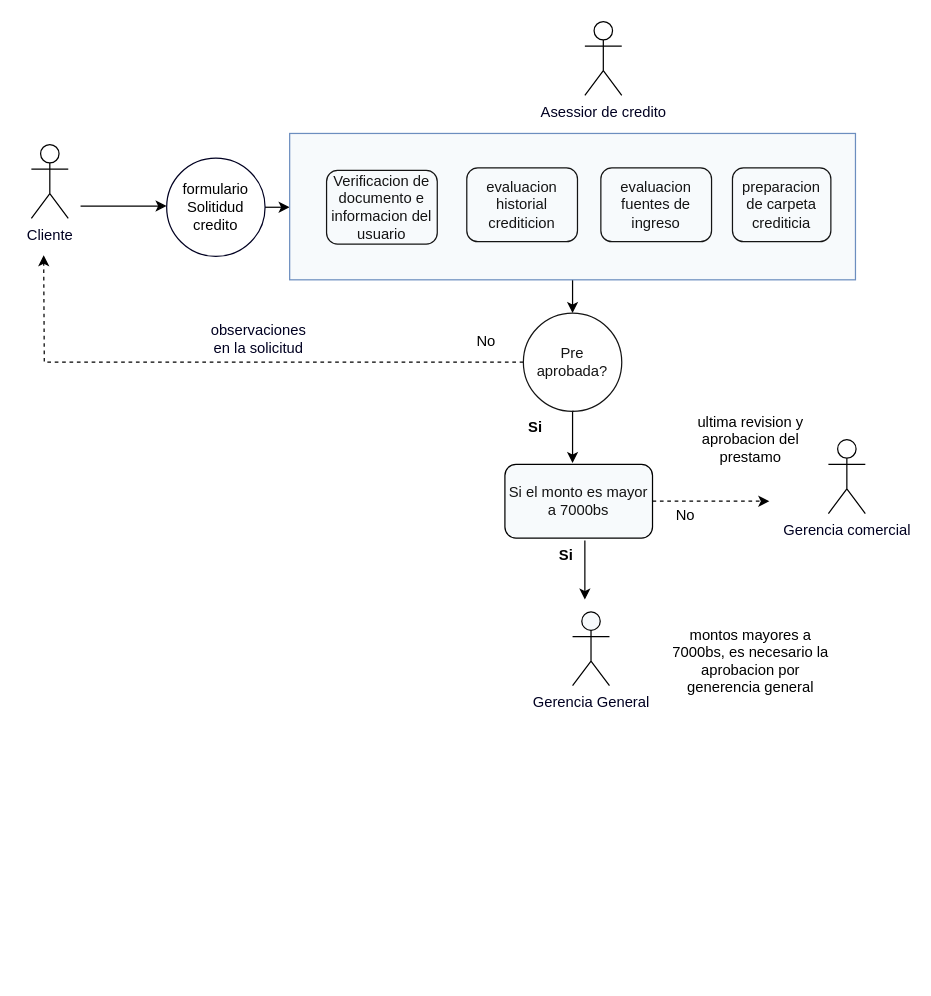
This is docs/modelo-de-negocio.drawio from alexrv11/credicuotas, a draw.io file, before an edit. Source tidied: cells renumbered, new cells numbered last; positions are measured from the earlier drawing's top-left corner, leaving out a move shared by most shapes. Both pictures are drawn from the tidied source at 123%, with x=0, y=0 at pixel (31, 21).
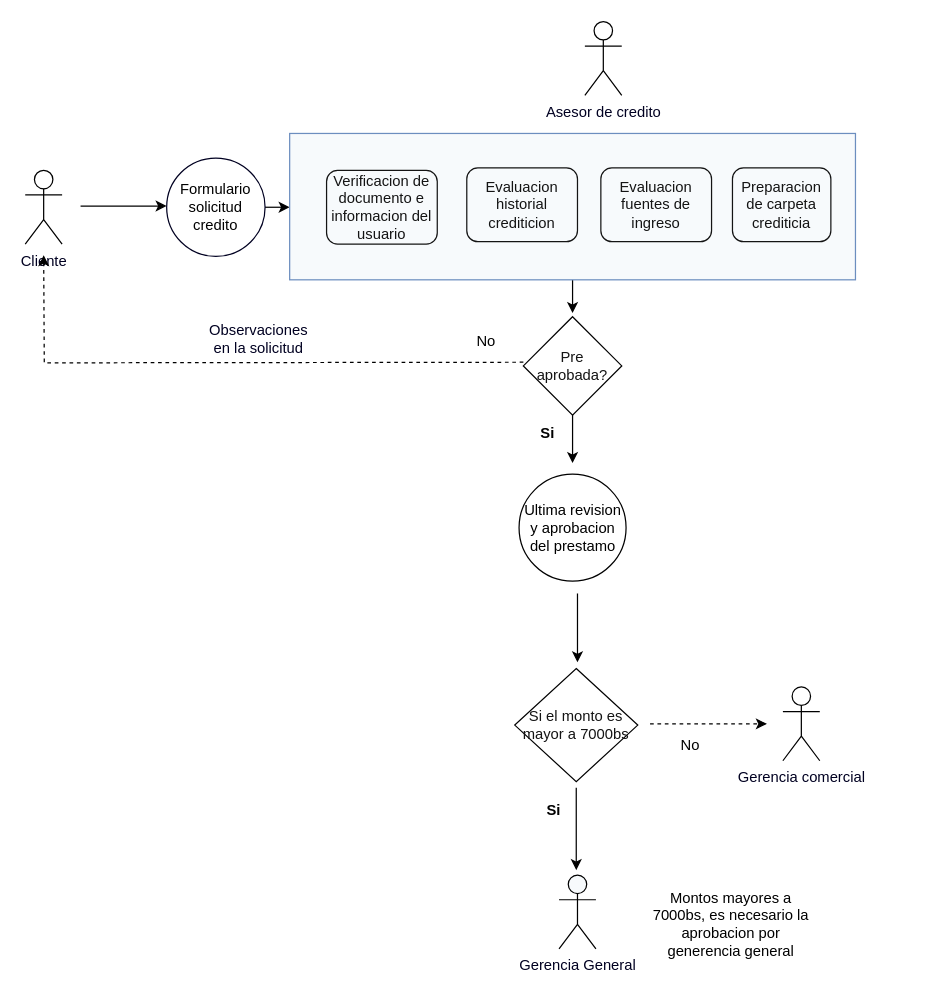
The same page after the edit.

Unchanged cells that the change refers to:
```xml
<mxCell id="9" style="rounded=0;whiteSpace=wrap;html=1;fillColor=#F7FAFC;strokeColor=#6c8ebf;" parent="1" vertex="1">
  <mxGeometry x="210" y="91" width="460" height="119" as="geometry" />
</mxCell>
```

What changed in the source:
```diff
@@
     <mxCell id="2" value="Cliente&lt;br&gt;" style="shape=umlActor;verticalLabelPosition=bottom;labelBackgroundColor=none;verticalAlign=top;html=1;fontColor=#000021;" parent="1" vertex="1">
-      <mxGeometry y="100" width="30" height="60" as="geometry" />
+      <mxGeometry x="-5" y="121" width="30" height="60" as="geometry" />
     </mxCell>
-    <mxCell id="3" value="Asessior de credito" style="shape=umlActor;verticalLabelPosition=bottom;labelBackgroundColor=none;verticalAlign=top;html=1;fontColor=#000021;" parent="1" vertex="1">
+    <mxCell id="3" value="Asesor de credito" style="shape=umlActor;verticalLabelPosition=bottom;labelBackgroundColor=none;verticalAlign=top;html=1;fontColor=#000021;" parent="1" vertex="1">
       <mxGeometry x="450" width="30" height="60" as="geometry" />
     </mxCell>
     <mxCell id="4" value="Gerencia comercial" style="shape=umlActor;verticalLabelPosition=bottom;labelBackgroundColor=none;verticalAlign=top;html=1;fontColor=#000021;" parent="1" vertex="1">
-      <mxGeometry x="648" y="340" width="30" height="60" as="geometry" />
+      <mxGeometry x="611" y="541" width="30" height="60" as="geometry" />
     </mxCell>
@@
-    <mxCell id="7" value="formulario&lt;br&gt;Solitidud&lt;br&gt;credito" style="ellipse;whiteSpace=wrap;html=1;fillColor=none;strokeColor=#000021;" parent="1" vertex="1">
+    <mxCell id="7" value="Formulario&lt;br&gt;solicitud&lt;br&gt;credito" style="ellipse;whiteSpace=wrap;html=1;fillColor=none;strokeColor=#000021;" parent="1" vertex="1">
       <mxGeometry x="110" y="111" width="80" height="80" as="geometry" />
     </mxCell>
-    <mxCell id="8" style="edgeStyle=orthogonalEdgeStyle;rounded=0;jettySize=auto;html=1;" parent="1" edge="1" source="9" target="16">
-      <mxGeometry relative="1" as="geometry" />
+    <mxCell id="8" style="edgeStyle=orthogonalEdgeStyle;rounded=0;jettySize=auto;html=1;" parent="1" edge="1" source="9">
+      <mxGeometry relative="1" as="geometry">
+        <mxPoint x="440" y="237" as="targetPoint" />
+      </mxGeometry>
     </mxCell>
@@
-    <mxCell id="11" value="evaluacion historial crediticion" style="rounded=1;whiteSpace=wrap;html=1;fillColor=#F7FAFC;fontColor=#141414;strokeColor=#141414;" parent="1" vertex="1">
+    <mxCell id="11" value="Evaluacion historial crediticion" style="rounded=1;whiteSpace=wrap;html=1;fillColor=#F7FAFC;fontColor=#141414;strokeColor=#141414;" parent="1" vertex="1">
       <mxGeometry x="354" y="119" width="90" height="60" as="geometry" />
     </mxCell>
-    <mxCell id="12" value="evaluacion fuentes de ingreso" style="rounded=1;whiteSpace=wrap;html=1;fillColor=#F7FAFC;fontColor=#141414;strokeColor=#141414;" parent="1" vertex="1">
+    <mxCell id="12" value="Evaluacion fuentes de ingreso" style="rounded=1;whiteSpace=wrap;html=1;fillColor=#F7FAFC;fontColor=#141414;strokeColor=#141414;" parent="1" vertex="1">
       <mxGeometry x="463" y="119" width="90" height="60" as="geometry" />
     </mxCell>
-    <mxCell id="13" value="preparacion de carpeta crediticia" style="rounded=1;whiteSpace=wrap;html=1;fillColor=#F7FAFC;fontColor=#141414;strokeColor=#141414;" parent="1" vertex="1">
+    <mxCell id="13" value="Preparacion de carpeta crediticia" style="rounded=1;whiteSpace=wrap;html=1;fillColor=#F7FAFC;fontColor=#141414;strokeColor=#141414;" parent="1" vertex="1">
       <mxGeometry x="570" y="119" width="80" height="60" as="geometry" />
     </mxCell>
-    <mxCell id="14" style="edgeStyle=orthogonalEdgeStyle;rounded=0;jettySize=auto;html=1;dashed=1;" parent="1" edge="1" source="16">
+    <mxCell id="14" style="edgeStyle=orthogonalEdgeStyle;rounded=0;orthogonalLoop=1;jettySize=auto;html=1;dashed=1;" parent="1" edge="1">
       <mxGeometry relative="1" as="geometry">
+        <mxPoint x="400" y="277" as="sourcePoint" />
         <mxPoint x="10" y="190" as="targetPoint" />
       </mxGeometry>
     </mxCell>
@@
-    <mxCell id="16" value="Pre aprobada?" style="ellipse;whiteSpace=wrap;html=1;strokeColor=#141414;fontColor=#141414;fillColor=none;" parent="1" vertex="1">
-      <mxGeometry x="400" y="237" width="80" height="80" as="geometry" />
-    </mxCell>
-    <mxCell id="17" value="observaciones en la solicitud" style="text;html=1;strokeColor=none;fillColor=none;align=center;verticalAlign=middle;whiteSpace=wrap;rounded=0;fontColor=#000021;" parent="1" vertex="1">
+    <mxCell id="17" value="Observaciones en la solicitud" style="text;html=1;strokeColor=none;fillColor=none;align=center;verticalAlign=middle;whiteSpace=wrap;rounded=0;fontColor=#000021;" parent="1" vertex="1">
       <mxGeometry x="140" y="248" width="90" height="20" as="geometry" />
     </mxCell>
-    <mxCell id="18" style="edgeStyle=orthogonalEdgeStyle;rounded=0;jettySize=auto;html=1;dashed=1;" parent="1" edge="1" source="20">
+    <mxCell id="18" style="edgeStyle=orthogonalEdgeStyle;rounded=0;orthogonalLoop=1;jettySize=auto;html=1;dashed=1;" parent="1" edge="1">
       <mxGeometry relative="1" as="geometry">
-        <mxPoint x="600" y="390" as="targetPoint" />
+        <mxPoint x="503" y="571" as="sourcePoint" />
+        <mxPoint x="598" y="571" as="targetPoint" />
       </mxGeometry>
     </mxCell>
     <mxCell id="19" style="edgeStyle=orthogonalEdgeStyle;rounded=0;orthogonalLoop=1;jettySize=auto;html=1;" parent="1" edge="1">
       <mxGeometry relative="1" as="geometry">
-        <mxPoint x="450" y="422" as="sourcePoint" />
-        <mxPoint x="450" y="470" as="targetPoint" />
+        <mxPoint x="443" y="623" as="sourcePoint" />
+        <mxPoint x="443" y="690" as="targetPoint" />
       </mxGeometry>
     </mxCell>
-    <mxCell id="20" value="Si el monto es mayor a 7000bs" style="rounded=1;whiteSpace=wrap;html=1;fillColor=#F7FAFC;fontColor=#141414;" parent="1" vertex="1">
-      <mxGeometry x="385" y="360" width="120" height="60" as="geometry" />
-    </mxCell>
@@
     <mxCell id="22" value="Si" style="text;html=1;strokeColor=none;fillColor=none;align=center;verticalAlign=middle;whiteSpace=wrap;rounded=0;fontStyle=1;" parent="1" vertex="1">
-      <mxGeometry x="390" y="320" width="40" height="20" as="geometry" />
+      <mxGeometry x="400" y="325" width="40" height="20" as="geometry" />
     </mxCell>
-    <mxCell id="23" value="ultima revision y aprobacion del prestamo" style="text;html=1;strokeColor=none;fillColor=none;align=center;verticalAlign=middle;whiteSpace=wrap;rounded=0;" parent="1" vertex="1">
-      <mxGeometry x="530" y="305" width="110" height="70" as="geometry" />
-    </mxCell>
     <mxCell id="24" value="No" style="text;html=1;strokeColor=none;fillColor=none;align=center;verticalAlign=middle;whiteSpace=wrap;rounded=0;" parent="1" vertex="1">
-      <mxGeometry x="512" y="392" width="40" height="20" as="geometry" />
+      <mxGeometry x="516" y="579" width="40" height="20" as="geometry" />
     </mxCell>
     <mxCell id="25" value="Gerencia General" style="shape=umlActor;verticalLabelPosition=bottom;labelBackgroundColor=none;verticalAlign=top;html=1;fillColor=#F7FAFC;fontColor=#000021;" parent="1" vertex="1">
-      <mxGeometry x="440" y="480" width="30" height="60" as="geometry" />
+      <mxGeometry x="429" y="694" width="30" height="60" as="geometry" />
     </mxCell>
     <mxCell id="26" value="Si" style="text;html=1;strokeColor=none;fillColor=none;align=center;verticalAlign=middle;whiteSpace=wrap;rounded=0;fontStyle=1;" parent="1" vertex="1">
-      <mxGeometry x="415" y="424" width="40" height="20" as="geometry" />
+      <mxGeometry x="405" y="632" width="40" height="20" as="geometry" />
     </mxCell>
-    <mxCell id="27" value="montos mayores a 7000bs, es necesario la aprobacion por generencia general" style="text;html=1;strokeColor=none;fillColor=none;align=center;verticalAlign=middle;whiteSpace=wrap;rounded=0;" parent="1" vertex="1">
-      <mxGeometry x="520" y="510" width="130" height="20" as="geometry" />
+    <mxCell id="27" value="Montos mayores a 7000bs, es necesario la aprobacion por generencia general" style="text;html=1;strokeColor=none;fillColor=none;align=center;verticalAlign=middle;whiteSpace=wrap;rounded=0;" parent="1" vertex="1">
+      <mxGeometry x="504" y="724" width="130" height="20" as="geometry" />
     </mxCell>
+    <mxCell id="16" value="&lt;span style=&quot;color: rgb(20 , 20 , 20)&quot;&gt;Pre aprobada?&lt;/span&gt;" style="rhombus;whiteSpace=wrap;html=1;" parent="1" vertex="1">
+      <mxGeometry x="400" y="240" width="80" height="80" as="geometry" />
+    </mxCell>
+    <mxCell id="20" value="&lt;span style=&quot;color: rgb(20 , 20 , 20)&quot;&gt;Si el monto es mayor a 7000bs&lt;/span&gt;" style="rhombus;whiteSpace=wrap;html=1;" parent="1" vertex="1">
+      <mxGeometry x="393" y="526" width="100" height="92" as="geometry" />
+    </mxCell>
+    <mxCell id="28" value="&lt;span&gt;Ultima revision y aprobacion del prestamo&lt;/span&gt;" style="ellipse;whiteSpace=wrap;html=1;" parent="1" vertex="1">
+      <mxGeometry x="396.5" y="368" width="87" height="87" as="geometry" />
+    </mxCell>
+    <mxCell id="29" style="edgeStyle=orthogonalEdgeStyle;rounded=0;orthogonalLoop=1;jettySize=auto;html=1;" parent="1" edge="1">
+      <mxGeometry relative="1" as="geometry">
+        <mxPoint x="444" y="465" as="sourcePoint" />
+        <mxPoint x="444" y="521" as="targetPoint" />
+        <Array as="points">
+          <mxPoint x="443.5" y="472" />
+        </Array>
+      </mxGeometry>
+    </mxCell>
```
